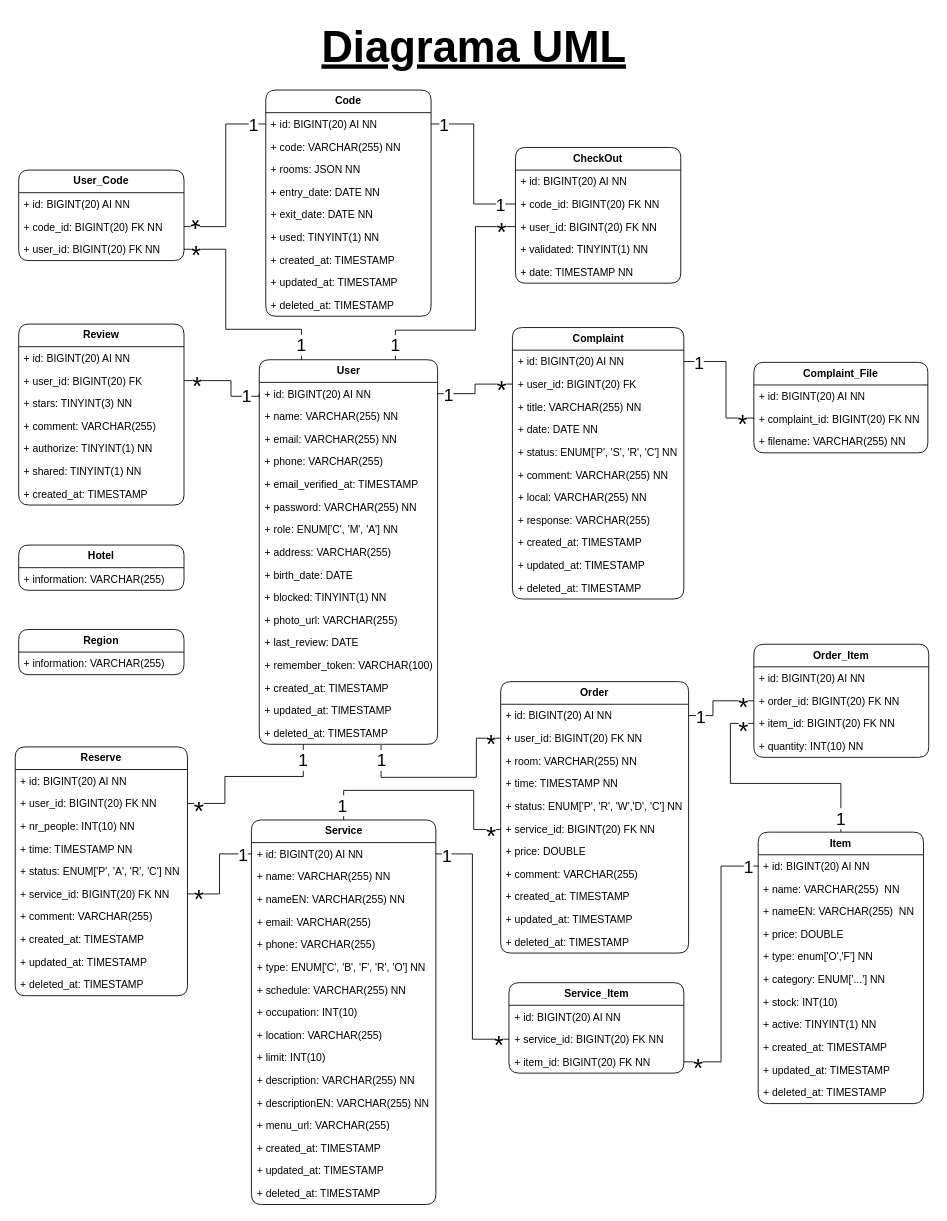
This is page "Diagrama UML" (1 of 2) of HappyGuest.drawio from Happy-Guest/HG-Notes, a draw.io file, before an edit. Source tidied: cells renumbered, new cells numbered last; positions are measured from the earlier drawing's top-left corner, leaving out a move shared by most shapes. Both pictures are drawn from the tidied source at 87%, with x=0, y=0 at pixel (15, 15).
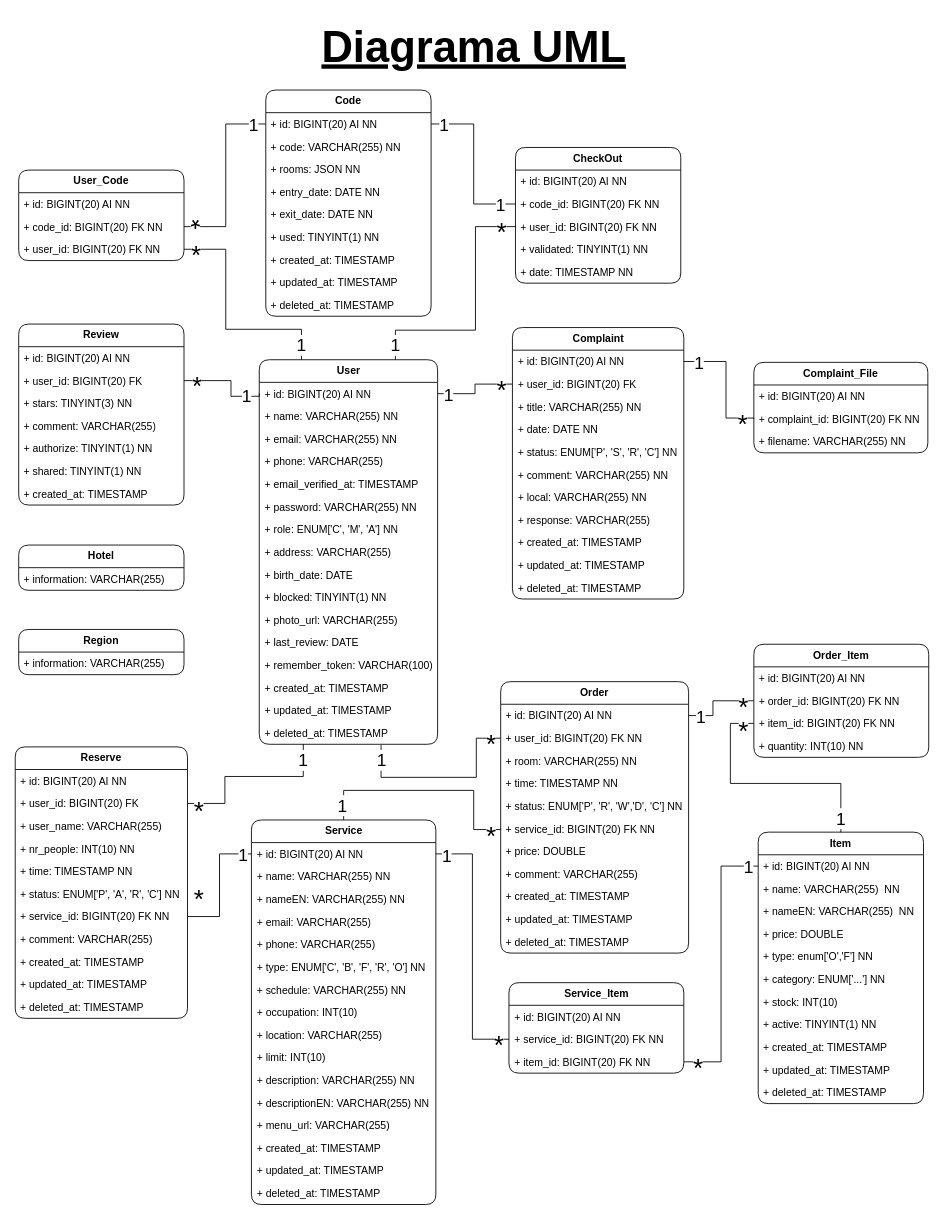
The same page after the edit.

Diff of the diagram source:
```diff
@@
     <mxCell id="62" value="&lt;b&gt;Reserve&lt;br&gt;&lt;/b&gt;" style="swimlane;fontStyle=0;horizontal=1;startSize=26;fillColor=none;whiteSpace=wrap;html=1;perimeterSpacing=0;rounded=1;" parent="1" vertex="1">
-      <mxGeometry y="841" width="198" height="286" as="geometry" />
+      <mxGeometry y="841" width="198" height="312" as="geometry" />
     </mxCell>
@@
-    <mxCell id="64" value="+ user_id: BIGINT(20) FK NN" style="text;strokeColor=none;fillColor=none;align=left;verticalAlign=top;spacingLeft=4;spacingRight=4;overflow=hidden;points=[[0,0.5],[1,0.5]];portConstraint=eastwest;whiteSpace=wrap;html=1;" parent="62" vertex="1">
+    <mxCell id="64" value="+ user_id: BIGINT(20) FK" style="text;strokeColor=none;fillColor=none;align=left;verticalAlign=top;spacingLeft=4;spacingRight=4;overflow=hidden;points=[[0,0.5],[1,0.5]];portConstraint=eastwest;whiteSpace=wrap;html=1;" parent="62" vertex="1">
       <mxGeometry y="52" width="198" height="26" as="geometry" />
     </mxCell>
+    <mxCell id="174" value="+ user_name: VARCHAR(255)" style="text;strokeColor=none;fillColor=none;align=left;verticalAlign=top;spacingLeft=4;spacingRight=4;overflow=hidden;whiteSpace=wrap;html=1;" parent="62" vertex="1">
+      <mxGeometry y="78" width="198" height="26" as="geometry" />
+    </mxCell>
     <mxCell id="65" value="+ nr_people: INT(10) NN" style="text;strokeColor=none;fillColor=none;align=left;verticalAlign=top;spacingLeft=4;spacingRight=4;overflow=hidden;whiteSpace=wrap;html=1;" parent="62" vertex="1">
-      <mxGeometry y="78" width="198" height="26" as="geometry" />
+      <mxGeometry y="104" width="198" height="26" as="geometry" />
     </mxCell>
     <mxCell id="66" value="+ time: TIMESTAMP NN" style="text;strokeColor=none;fillColor=none;align=left;verticalAlign=top;spacingLeft=4;spacingRight=4;overflow=hidden;whiteSpace=wrap;html=1;" parent="62" vertex="1">
-      <mxGeometry y="104" width="198" height="26" as="geometry" />
+      <mxGeometry y="130" width="198" height="26" as="geometry" />
     </mxCell>
     <mxCell id="67" value="+ status: ENUM['P', 'A', 'R', 'C'] NN" style="text;strokeColor=none;fillColor=none;align=left;verticalAlign=top;spacingLeft=4;spacingRight=4;overflow=hidden;whiteSpace=wrap;html=1;" parent="62" vertex="1">
-      <mxGeometry y="130" width="198" height="26" as="geometry" />
+      <mxGeometry y="156" width="198" height="26" as="geometry" />
     </mxCell>
     <mxCell id="68" value="+ service_id: BIGINT(20) FK NN" style="text;strokeColor=none;fillColor=none;align=left;verticalAlign=top;spacingLeft=4;spacingRight=4;overflow=hidden;points=[[0,0.5],[1,0.5]];portConstraint=eastwest;whiteSpace=wrap;html=1;" parent="62" vertex="1">
-      <mxGeometry y="156" width="198" height="26" as="geometry" />
+      <mxGeometry y="182" width="198" height="26" as="geometry" />
     </mxCell>
     <mxCell id="69" value="+ comment: VARCHAR(255)&amp;nbsp;" style="text;strokeColor=none;fillColor=none;align=left;verticalAlign=top;spacingLeft=4;spacingRight=4;overflow=hidden;whiteSpace=wrap;html=1;" parent="62" vertex="1">
-      <mxGeometry y="182" width="198" height="26" as="geometry" />
+      <mxGeometry y="208" width="198" height="26" as="geometry" />
     </mxCell>
     <mxCell id="70" value="+ created_at: TIMESTAMP" style="text;strokeColor=none;fillColor=none;align=left;verticalAlign=top;spacingLeft=4;spacingRight=4;overflow=hidden;whiteSpace=wrap;html=1;" parent="62" vertex="1">
-      <mxGeometry y="208" width="198" height="26" as="geometry" />
+      <mxGeometry y="234" width="198" height="26" as="geometry" />
     </mxCell>
     <mxCell id="71" value="+ updated_at: TIMESTAMP" style="text;strokeColor=none;fillColor=none;align=left;verticalAlign=top;spacingLeft=4;spacingRight=4;overflow=hidden;whiteSpace=wrap;html=1;" parent="62" vertex="1">
-      <mxGeometry y="234" width="198" height="26" as="geometry" />
+      <mxGeometry y="260" width="198" height="26" as="geometry" />
     </mxCell>
     <mxCell id="72" value="+ deleted_at: TIMESTAMP" style="text;strokeColor=none;fillColor=none;align=left;verticalAlign=top;spacingLeft=4;spacingRight=4;overflow=hidden;whiteSpace=wrap;html=1;" parent="62" vertex="1">
-      <mxGeometry y="260" width="198" height="26" as="geometry" />
+      <mxGeometry y="286" width="198" height="26" as="geometry" />
     </mxCell>
```
